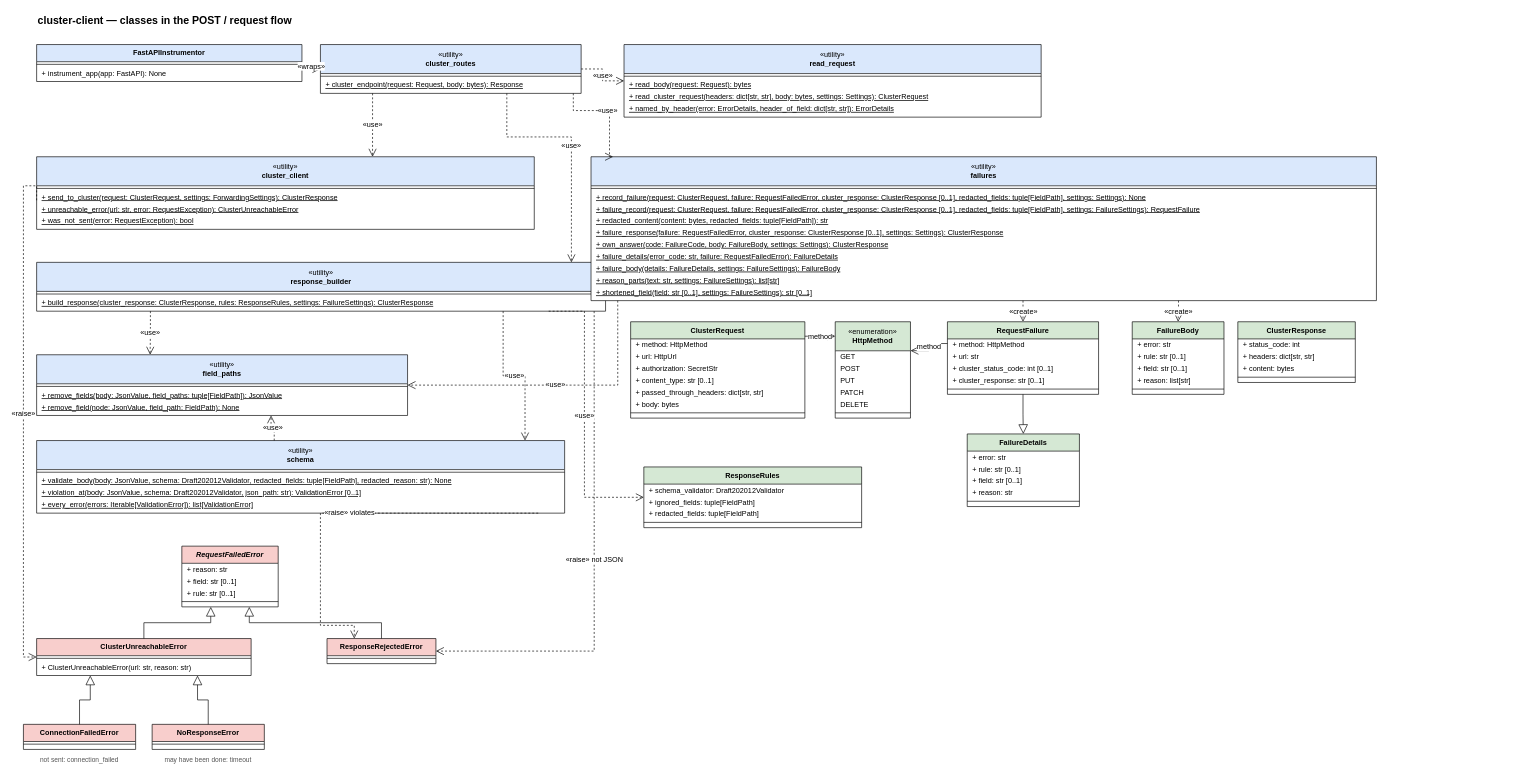
Above: docs/diagrams/class-diagram.drawio in EliShteinman/cluster-client (draw.io), before the change. Source tidied: cells renumbered, new cells numbered last; positions are measured from the earlier drawing's top-left corner, leaving out a move shared by most shapes. Both pictures are drawn from the tidied source at 66%, with x=0, y=0 at pixel (23, 11).
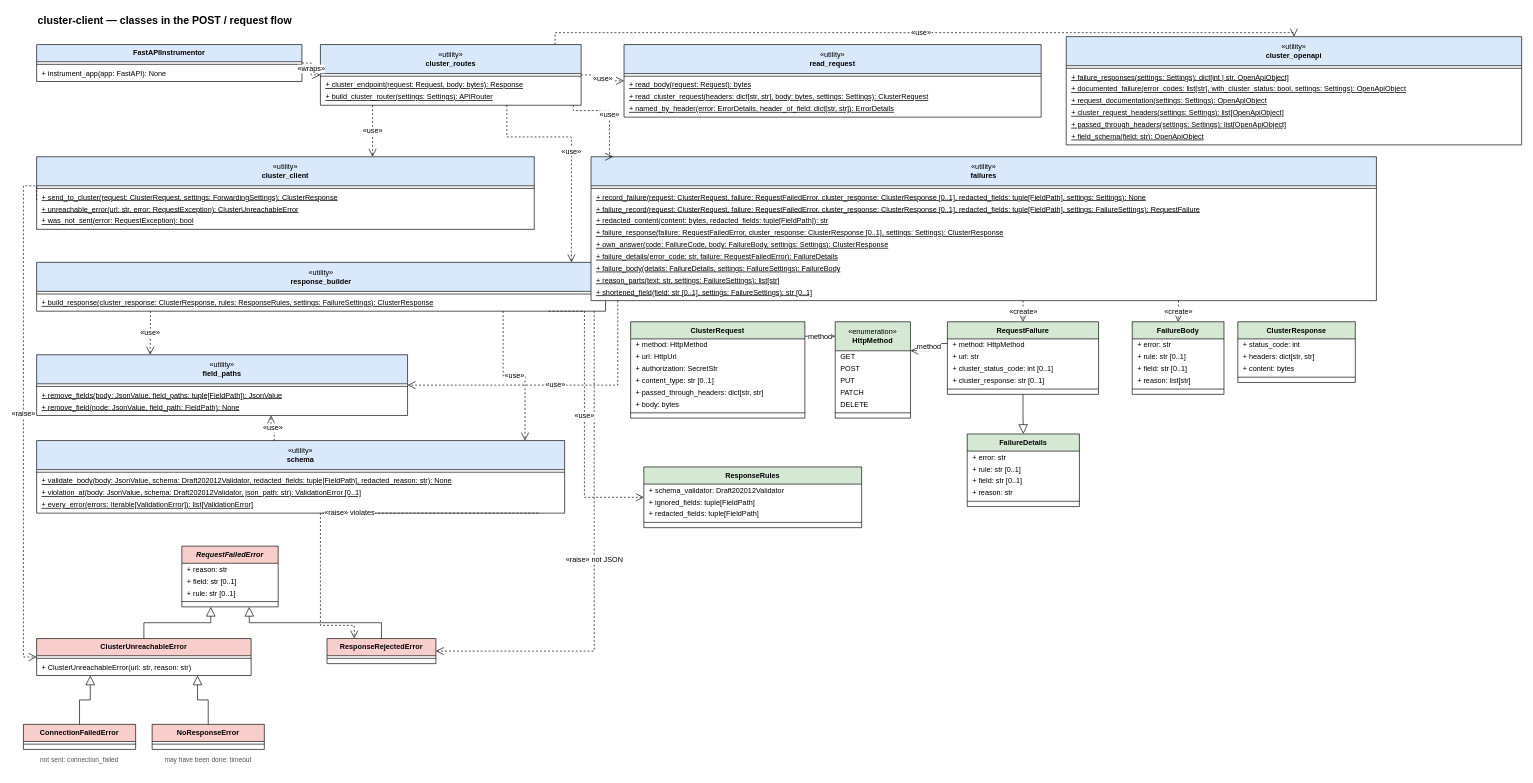
Above is the later version.

Commit message (it also covers changes not shown here):
feat(routes): document POST / failures and request headers in OpenAPI

Diff of the diagram source:
```diff
@@
     <mxCell id="6" value="«utility»&lt;br&gt;&lt;b&gt;cluster_routes&lt;/b&gt;" style="swimlane;html=1;fontStyle=0;horizontal=1;startSize=44;whiteSpace=wrap;fillColor=#DAE8FC;swimlaneFillColor=#FFFFFF;fontFamily=Helvetica;fontSize=11;" parent="1" vertex="1">
-      <mxGeometry x="450" y="50" width="395" height="74" as="geometry" />
+      <mxGeometry x="450" y="50" width="395" height="92" as="geometry" />
     </mxCell>
@@
+    <mxCell id="123" value="+ build_cluster_router(settings: Settings): APIRouter" style="text;strokeColor=none;fillColor=none;align=left;verticalAlign=middle;spacingLeft=6;spacingRight=4;overflow=hidden;fontStyle=4;fontFamily=Helvetica;fontSize=11;" parent="6" vertex="1">
+      <mxGeometry y="70" width="395" height="18" as="geometry" />
+    </mxCell>
@@
+    <mxCell id="124" value="«utility»&lt;br&gt;&lt;b&gt;cluster_openapi&lt;/b&gt;" style="swimlane;html=1;fontStyle=0;horizontal=1;startSize=44;whiteSpace=wrap;fillColor=#DAE8FC;swimlaneFillColor=#FFFFFF;fontFamily=Helvetica;fontSize=11;" parent="1" vertex="1">
+      <mxGeometry x="1580" y="38" width="690" height="164" as="geometry" />
+    </mxCell>
+    <mxCell id="125" style="line;strokeWidth=1;fillColor=none;align=left;verticalAlign=middle;spacingTop=-1;spacingLeft=3;spacingRight=3;labelPosition=right;" parent="124" vertex="1">
+      <mxGeometry y="44" width="690" height="8" as="geometry" />
+    </mxCell>
+    <mxCell id="126" value="+ failure_responses(settings: Settings): dict[int | str, OpenApiObject]" style="text;strokeColor=none;fillColor=none;align=left;verticalAlign=middle;spacingLeft=6;spacingRight=4;overflow=hidden;fontStyle=4;fontFamily=Helvetica;fontSize=11;" parent="124" vertex="1">
+      <mxGeometry y="52" width="690" height="18" as="geometry" />
+    </mxCell>
+    <mxCell id="127" value="+ documented_failure(error_codes: list[str], with_cluster_status: bool, settings: Settings): OpenApiObject" style="text;strokeColor=none;fillColor=none;align=left;verticalAlign=middle;spacingLeft=6;spacingRight=4;overflow=hidden;fontStyle=4;fontFamily=Helvetica;fontSize=11;" parent="124" vertex="1">
+      <mxGeometry y="70" width="690" height="18" as="geometry" />
+    </mxCell>
+    <mxCell id="128" value="+ request_documentation(settings: Settings): OpenApiObject" style="text;strokeColor=none;fillColor=none;align=left;verticalAlign=middle;spacingLeft=6;spacingRight=4;overflow=hidden;fontStyle=4;fontFamily=Helvetica;fontSize=11;" parent="124" vertex="1">
+      <mxGeometry y="88" width="690" height="18" as="geometry" />
+    </mxCell>
+    <mxCell id="129" value="+ cluster_request_headers(settings: Settings): list[OpenApiObject]" style="text;strokeColor=none;fillColor=none;align=left;verticalAlign=middle;spacingLeft=6;spacingRight=4;overflow=hidden;fontStyle=4;fontFamily=Helvetica;fontSize=11;" parent="124" vertex="1">
+      <mxGeometry y="106" width="690" height="18" as="geometry" />
+    </mxCell>
+    <mxCell id="130" value="+ passed_through_headers(settings: Settings): list[OpenApiObject]" style="text;strokeColor=none;fillColor=none;align=left;verticalAlign=middle;spacingLeft=6;spacingRight=4;overflow=hidden;fontStyle=4;fontFamily=Helvetica;fontSize=11;" parent="124" vertex="1">
+      <mxGeometry y="124" width="690" height="18" as="geometry" />
+    </mxCell>
+    <mxCell id="131" value="+ field_schema(field: str): OpenApiObject" style="text;strokeColor=none;fillColor=none;align=left;verticalAlign=middle;spacingLeft=6;spacingRight=4;overflow=hidden;fontStyle=4;fontFamily=Helvetica;fontSize=11;" parent="124" vertex="1">
+      <mxGeometry y="142" width="690" height="18" as="geometry" />
+    </mxCell>
+    <mxCell id="132" value="«use»" style="edgeStyle=orthogonalEdgeStyle;rounded=0;html=1;endArrow=open;endFill=0;dashed=1;endSize=10;fontFamily=Helvetica;fontSize=11;exitX=0.9;exitY=0;exitDx=0;exitDy=0;entryX=0.5;entryY=0;entryDx=0;entryDy=0;" parent="1" edge="1" source="6" target="124">
+      <mxGeometry relative="1" as="geometry">
+        <Array as="points">
+          <mxPoint x="806" y="32" />
+          <mxPoint x="1925" y="32" />
+        </Array>
+      </mxGeometry>
+    </mxCell>
```
